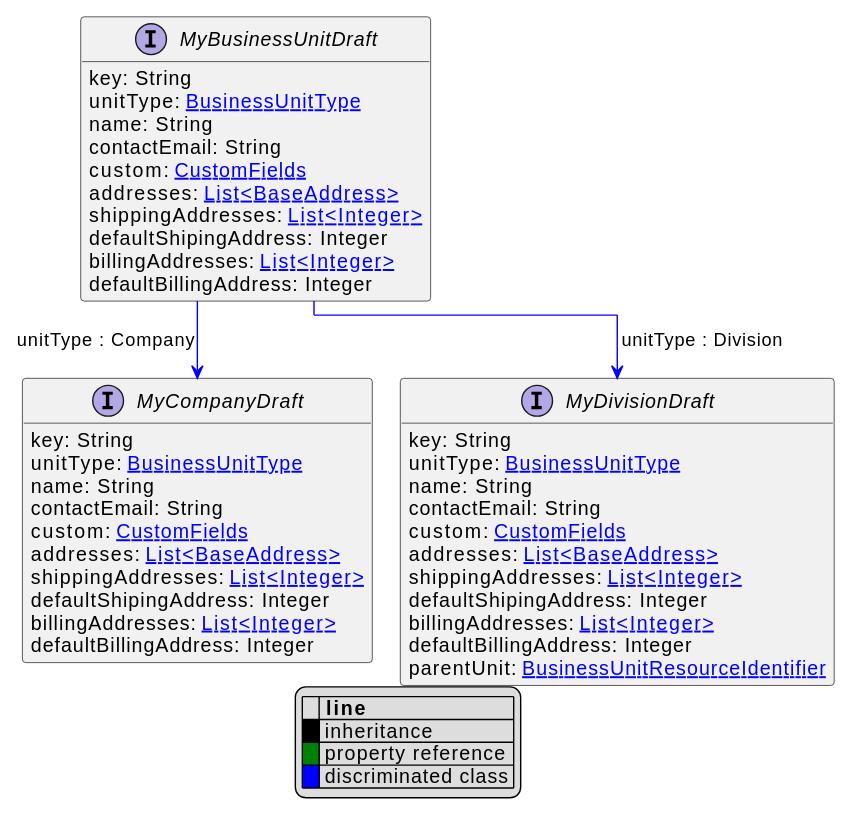
Above: uml/api/svg/MyBusinessUnitDraft.svg in commercetools/commercetools-api-reference (PlantUML), before the change.
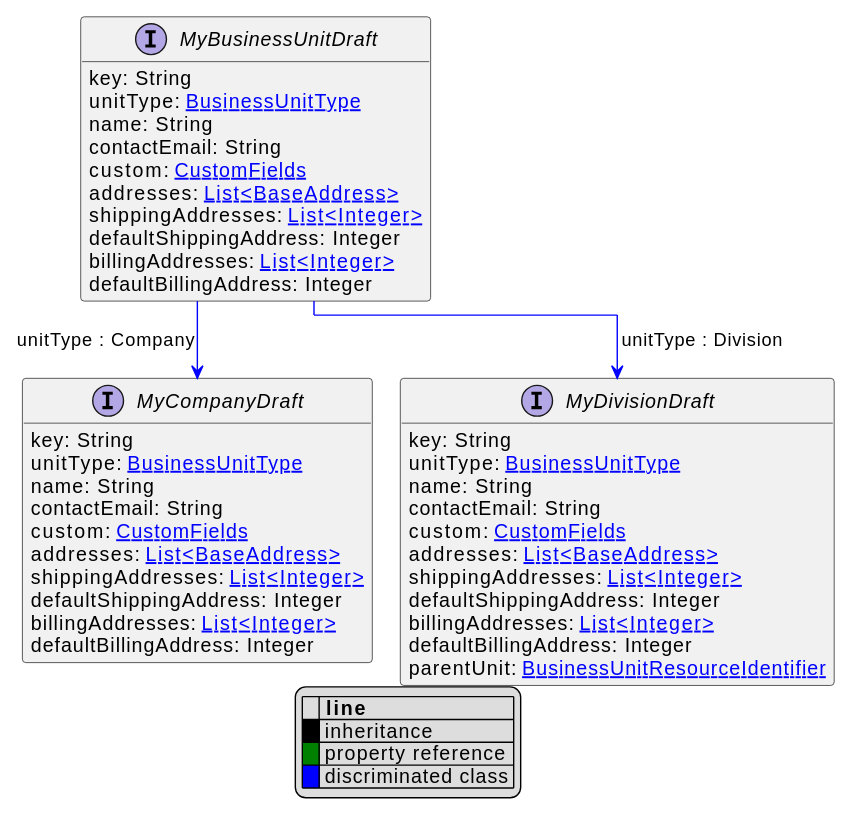
Later version of the same file.

Change to the diagram source:
```diff
@@ -16,7 +16,7 @@
     custom: [[CustomFields.svg CustomFields]]
     addresses: [[BaseAddress.svg List<BaseAddress>]]
     shippingAddresses: [[Integer.svg List<Integer>]]
-    defaultShipingAddress: Integer
+    defaultShippingAddress: Integer
     billingAddresses: [[Integer.svg List<Integer>]]
     defaultBillingAddress: Integer
 }
@@ -30,7 +30,7 @@
     custom: [[CustomFields.svg CustomFields]]
     addresses: [[BaseAddress.svg List<BaseAddress>]]
     shippingAddresses: [[Integer.svg List<Integer>]]
-    defaultShipingAddress: Integer
+    defaultShippingAddress: Integer
     billingAddresses: [[Integer.svg List<Integer>]]
     defaultBillingAddress: Integer
 }
@@ -42,7 +42,7 @@
     custom: [[CustomFields.svg CustomFields]]
     addresses: [[BaseAddress.svg List<BaseAddress>]]
     shippingAddresses: [[Integer.svg List<Integer>]]
-    defaultShipingAddress: Integer
+    defaultShippingAddress: Integer
     billingAddresses: [[Integer.svg List<Integer>]]
     defaultBillingAddress: Integer
     parentUnit: [[BusinessUnitResourceIdentifier.svg BusinessUnitResourceIdentifier]]
```
